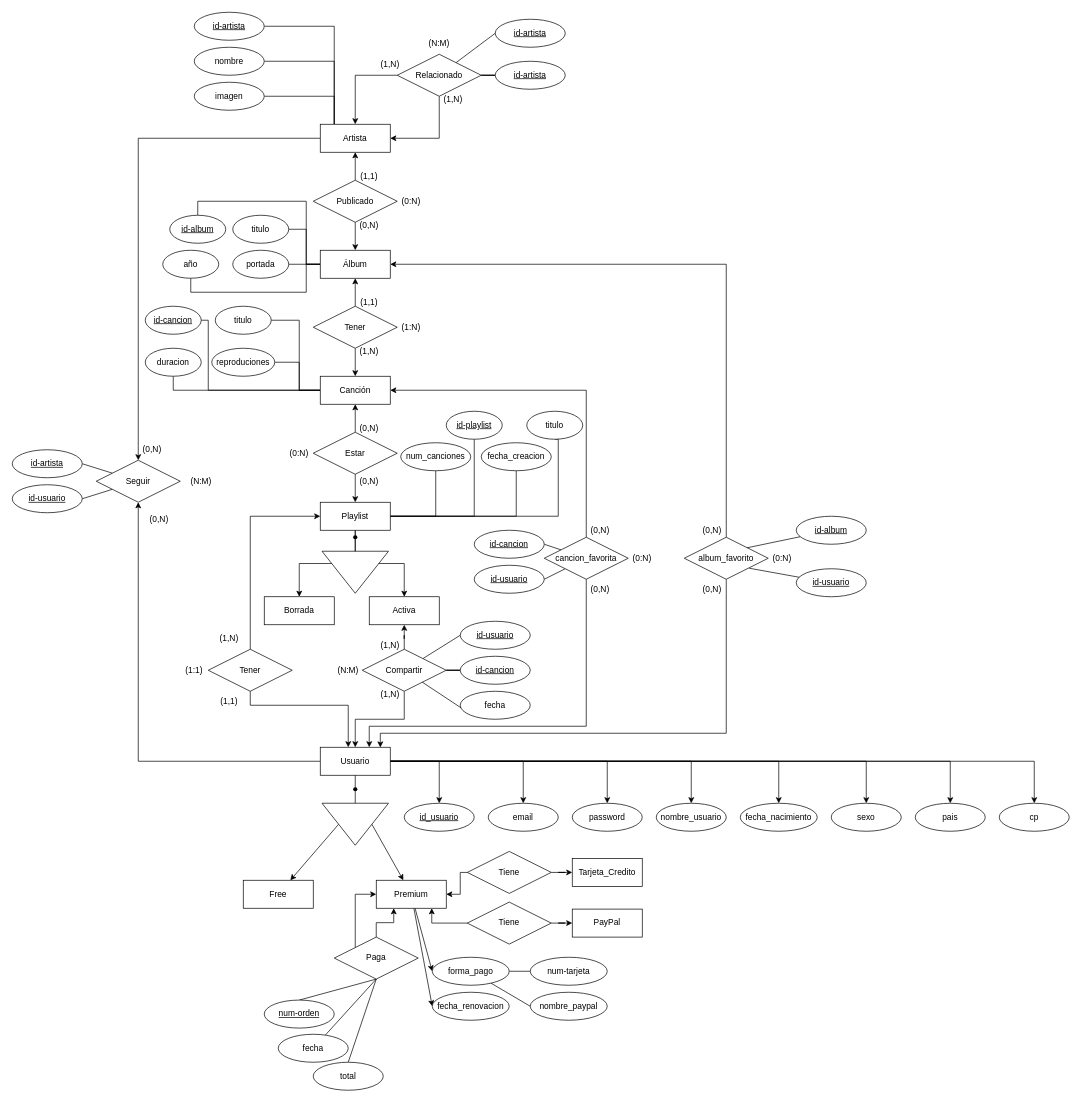
The draw.io diagram Spotify2.drawio in miguelelinformatico/2025_26, before the edit. Source tidied: cells renumbered, new cells numbered last; positions are measured from the earlier drawing's top-left corner, leaving out a move shared by most shapes. Both pictures are drawn from the tidied source at 70%, with x=0, y=0 at pixel (12, 12).
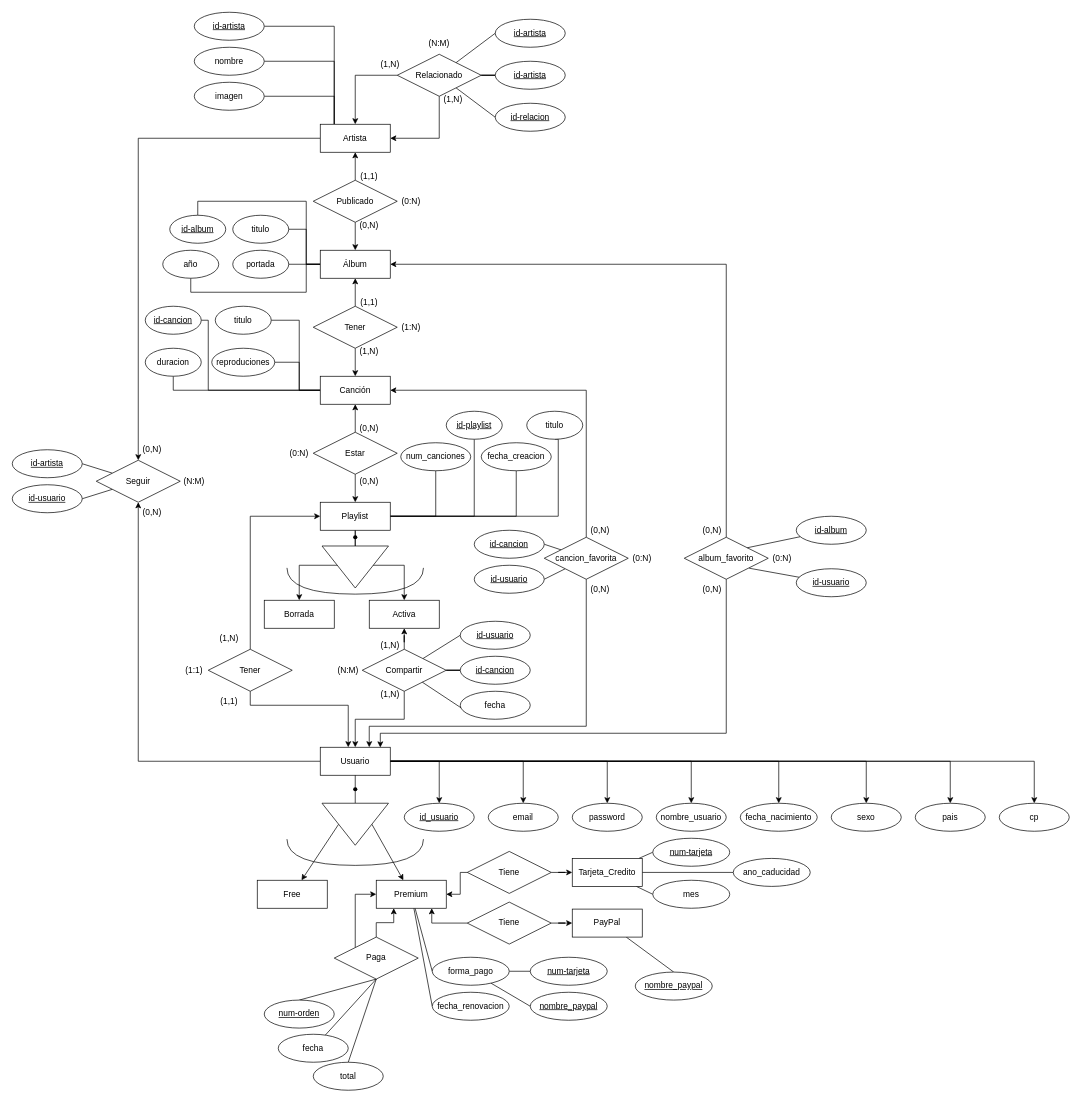
After the change.

The change refers to these unchanged cells:
```xml
<mxCell id="16" value="Premium" style="whiteSpace=wrap;html=1;align=center;" parent="1" vertex="1">
  <mxGeometry x="520" y="1240" width="100" height="40" as="geometry" />
</mxCell>
<mxCell id="63" value="Relacionado" style="shape=rhombus;perimeter=rhombusPerimeter;whiteSpace=wrap;html=1;align=center;" parent="1" vertex="1">
  <mxGeometry x="550" y="60" width="120" height="60" as="geometry" />
</mxCell>
<mxCell id="137" value="Tarjeta_Credito" style="whiteSpace=wrap;html=1;align=center;" parent="1" vertex="1">
  <mxGeometry x="800" y="1208.8" width="100" height="40" as="geometry" />
</mxCell>
<mxCell id="138" value="PayPal" style="whiteSpace=wrap;html=1;align=center;" parent="1" vertex="1">
  <mxGeometry x="800" y="1281.2" width="100" height="40" as="geometry" />
</mxCell>
<mxCell id="145" value="fecha_renovacion" style="ellipse;whiteSpace=wrap;html=1;align=center;" parent="1" vertex="1">
  <mxGeometry x="600" y="1400" width="110" height="40" as="geometry" />
</mxCell>
<mxCell id="148" value="forma_pago" style="ellipse;whiteSpace=wrap;html=1;align=center;" parent="1" vertex="1">
  <mxGeometry x="600" y="1350" width="110" height="40" as="geometry" />
</mxCell>
```

Diff of the diagram source:
```diff
@@
     <mxCell id="13" value="Free" style="whiteSpace=wrap;html=1;align=center;" parent="1" vertex="1">
-      <mxGeometry x="330" y="1240" width="100" height="40" as="geometry" />
+      <mxGeometry x="350" y="1240" width="100" height="40" as="geometry" />
     </mxCell>
-    <mxCell id="14" style="rounded=0;jettySize=auto;html=1;entryX=0;entryY=0.5;entryDx=0;entryDy=0;" parent="1" edge="1" source="16" target="145">
+    <mxCell id="14" style="rounded=0;jettySize=auto;html=1;entryX=0;entryY=0.5;entryDx=0;entryDy=0;endArrow=none;endFill=0;" parent="1" edge="1" source="16" target="145">
       <mxGeometry relative="1" as="geometry" />
     </mxCell>
-    <mxCell id="15" style="rounded=0;jettySize=auto;html=1;entryX=0;entryY=0.5;entryDx=0;entryDy=0;" parent="1" edge="1" source="16" target="148">
+    <mxCell id="15" style="rounded=0;jettySize=auto;html=1;entryX=0;entryY=0.5;entryDx=0;entryDy=0;endArrow=none;endFill=0;" parent="1" edge="1" source="16" target="148">
       <mxGeometry relative="1" as="geometry" />
     </mxCell>
@@
+    <mxCell id="168" style="rounded=0;jettySize=auto;html=1;entryX=0;entryY=0.5;entryDx=0;entryDy=0;endArrow=none;endFill=0;" parent="1" edge="1" source="63" target="179">
+      <mxGeometry relative="1" as="geometry" />
+    </mxCell>
@@
     <mxCell id="84" value="Activa" style="whiteSpace=wrap;html=1;align=center;" parent="1" vertex="1">
-      <mxGeometry x="510" y="835" width="100" height="40" as="geometry" />
+      <mxGeometry x="510" y="840" width="100" height="40" as="geometry" />
     </mxCell>
     <mxCell id="85" value="Borrada" style="whiteSpace=wrap;html=1;align=center;" parent="1" vertex="1">
-      <mxGeometry x="360" y="835" width="100" height="40" as="geometry" />
+      <mxGeometry x="360" y="840" width="100" height="40" as="geometry" />
     </mxCell>
@@
     <mxCell id="91" value="(0,N)" style="text;html=1;whiteSpace=wrap;strokeColor=none;fillColor=none;align=center;verticalAlign=middle;rounded=0;" parent="1" vertex="1">
-      <mxGeometry x="180" y="710" width="60" height="30" as="geometry" />
+      <mxGeometry x="170" y="700" width="60" height="30" as="geometry" />
     </mxCell>
@@
     <mxCell id="105" value="(N:M)" style="text;html=1;whiteSpace=wrap;strokeColor=none;fillColor=none;align=center;verticalAlign=middle;rounded=0;" parent="1" vertex="1">
-      <mxGeometry x="240" y="655" width="60" height="30" as="geometry" />
+      <mxGeometry x="230" y="655" width="60" height="30" as="geometry" />
     </mxCell>
@@
+    <mxCell id="169" style="rounded=0;jettySize=auto;html=1;entryX=0;entryY=0.5;entryDx=0;entryDy=0;endArrow=none;endFill=0;" parent="1" edge="1" source="137" target="175">
+      <mxGeometry relative="1" as="geometry" />
+    </mxCell>
+    <mxCell id="170" style="rounded=0;jettySize=auto;html=1;entryX=0;entryY=0.5;entryDx=0;entryDy=0;endArrow=none;endFill=0;" parent="1" edge="1" source="137" target="174">
+      <mxGeometry relative="1" as="geometry" />
+    </mxCell>
+    <mxCell id="171" style="edgeStyle=orthogonalEdgeStyle;rounded=0;jettySize=auto;html=1;endArrow=none;endFill=0;" parent="1" edge="1" source="137" target="176">
+      <mxGeometry relative="1" as="geometry" />
+    </mxCell>
@@
+    <mxCell id="172" style="rounded=0;jettySize=auto;html=1;entryX=0.5;entryY=0;entryDx=0;entryDy=0;endArrow=none;endFill=0;" parent="1" edge="1" source="138" target="173">
+      <mxGeometry relative="1" as="geometry" />
+    </mxCell>
@@
-    <mxCell id="149" value="nombre_paypal" style="ellipse;whiteSpace=wrap;html=1;align=center;" parent="1" vertex="1">
+    <mxCell id="149" value="&lt;u&gt;nombre_paypal&lt;/u&gt;" style="ellipse;whiteSpace=wrap;html=1;align=center;" parent="1" vertex="1">
       <mxGeometry x="740" y="1400" width="110" height="40" as="geometry" />
     </mxCell>
-    <mxCell id="150" value="num-tarjeta" style="ellipse;whiteSpace=wrap;html=1;align=center;" parent="1" vertex="1">
+    <mxCell id="150" value="&lt;u&gt;num-tarjeta&lt;/u&gt;" style="ellipse;whiteSpace=wrap;html=1;align=center;" parent="1" vertex="1">
       <mxGeometry x="740" y="1350" width="110" height="40" as="geometry" />
     </mxCell>
@@
     <mxCell id="167" style="triangle;whiteSpace=wrap;html=1;rotation=90;" parent="1" vertex="1">
-      <mxGeometry x="460" y="752.5" width="60" height="95" as="geometry" />
+      <mxGeometry x="460" y="745" width="60" height="95" as="geometry" />
     </mxCell>
+    <mxCell id="173" value="&lt;u&gt;nombre_paypal&lt;/u&gt;" style="ellipse;whiteSpace=wrap;html=1;align=center;" parent="1" vertex="1">
+      <mxGeometry x="890" y="1371.2" width="110" height="40" as="geometry" />
+    </mxCell>
+    <mxCell id="174" value="&lt;u&gt;num-tarjeta&lt;/u&gt;" style="ellipse;whiteSpace=wrap;html=1;align=center;" parent="1" vertex="1">
+      <mxGeometry x="915" y="1180" width="110" height="40" as="geometry" />
+    </mxCell>
+    <mxCell id="175" value="mes" style="ellipse;whiteSpace=wrap;html=1;align=center;" parent="1" vertex="1">
+      <mxGeometry x="915" y="1240" width="110" height="40" as="geometry" />
+    </mxCell>
+    <mxCell id="176" value="ano_caducidad" style="ellipse;whiteSpace=wrap;html=1;align=center;" parent="1" vertex="1">
+      <mxGeometry x="1030" y="1208.8" width="110" height="40" as="geometry" />
+    </mxCell>
+    <mxCell id="177" style="shape=requiredInterface;html=1;verticalLabelPosition=bottom;sketch=0;rotation=90;" parent="1" vertex="1">
+      <mxGeometry x="471.2" y="1102.5" width="37.5" height="195" as="geometry" />
+    </mxCell>
+    <mxCell id="178" style="shape=requiredInterface;html=1;verticalLabelPosition=bottom;sketch=0;rotation=90;" parent="1" vertex="1">
+      <mxGeometry x="471.2" y="715" width="37.5" height="195" as="geometry" />
+    </mxCell>
+    <mxCell id="179" value="&lt;u&gt;id-relacion&lt;/u&gt;" style="ellipse;whiteSpace=wrap;html=1;align=center;" parent="1" vertex="1">
+      <mxGeometry x="690" y="130" width="100" height="40" as="geometry" />
+    </mxCell>
```
